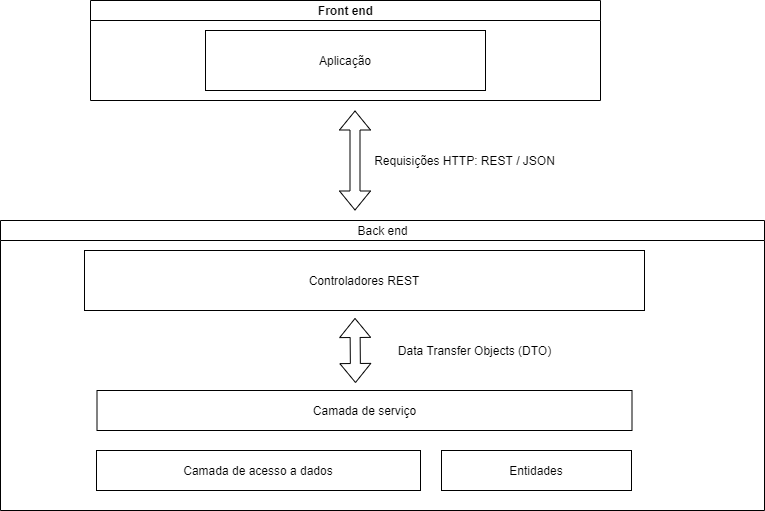
dudursn/projeto-sds4 keeps this draw.io diagram as tutorial/Padrão de Camadas.png. Above is the earlier version. Source tidied: cells renumbered, new cells last; positions are measured from the earlier drawing's top-left corner, leaving out a move shared by most shapes.
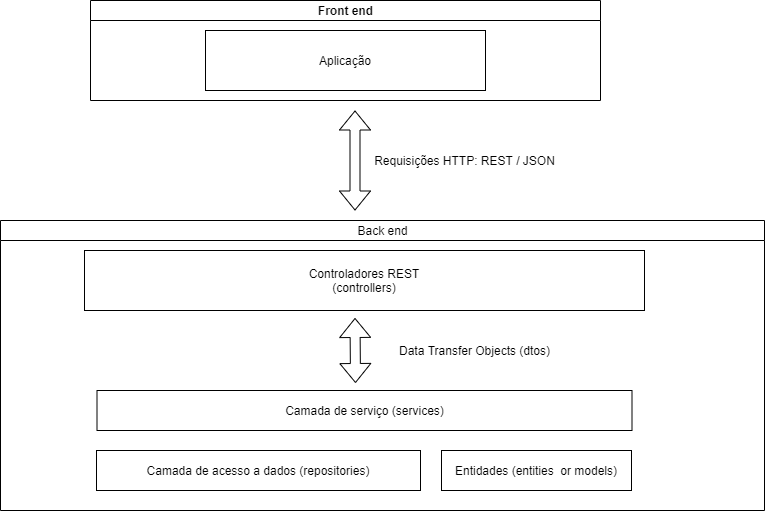
After the commit.

What changed in the source:
```diff
@@ -5,7 +5,7 @@
     <mxCell id="2" value="Back end" style="swimlane;html=1;startSize=20;horizontal=1;containerType=tree;glass=0;fontStyle=0;" parent="1" vertex="1">
       <mxGeometry y="220" width="764" height="290" as="geometry" />
     </mxCell>
-    <mxCell id="3" value="Controladores REST" style="whiteSpace=wrap;html=1;" parent="2" vertex="1">
+    <mxCell id="3" value="Controladores REST&lt;br&gt;(controllers)" style="whiteSpace=wrap;html=1;" parent="2" vertex="1">
       <mxGeometry x="84" y="30" width="560" height="60" as="geometry" />
     </mxCell>
     <mxCell id="4" style="shape=flexArrow;endArrow=classic;startArrow=classic;html=1;" parent="2" edge="1">
@@ -14,16 +14,16 @@
         <mxPoint x="354.5" y="97.5" as="targetPoint" />
       </mxGeometry>
     </mxCell>
-    <mxCell id="5" value="Data Transfer Objects (DTO)" style="text;html=1;align=center;verticalAlign=middle;strokeColor=none;" parent="2" vertex="1">
+    <mxCell id="5" value="Data Transfer Objects (dtos)" style="text;html=1;align=center;verticalAlign=middle;strokeColor=none;" parent="2" vertex="1">
       <mxGeometry x="389" y="120" width="170" height="20" as="geometry" />
     </mxCell>
-    <mxCell id="6" value="Camada de serviço" style="whiteSpace=wrap;html=1;" parent="2" vertex="1">
+    <mxCell id="6" value="Camada de serviço (services)" style="whiteSpace=wrap;html=1;" parent="2" vertex="1">
       <mxGeometry x="96.5" y="170" width="535" height="40" as="geometry" />
     </mxCell>
-    <mxCell id="7" value="Camada de acesso a dados" style="whiteSpace=wrap;html=1;" parent="2" vertex="1">
+    <mxCell id="7" value="Camada de acesso a dados (repositories)" style="whiteSpace=wrap;html=1;" parent="2" vertex="1">
       <mxGeometry x="96" y="230" width="324" height="40" as="geometry" />
     </mxCell>
-    <mxCell id="8" value="Entidades" style="whiteSpace=wrap;html=1;" parent="2" vertex="1">
+    <mxCell id="8" value="Entidades (entities&amp;nbsp; or models)" style="whiteSpace=wrap;html=1;" parent="2" vertex="1">
       <mxGeometry x="441" y="230" width="190" height="40" as="geometry" />
     </mxCell>
     <mxCell id="9" value="Front end" style="swimlane;html=1;startSize=20;horizontal=1;containerType=tree;glass=0;" parent="1" vertex="1">
```
